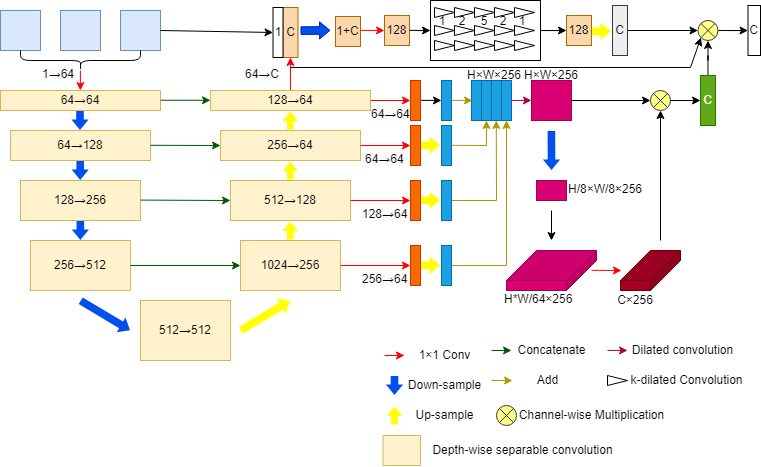
The draw.io diagram test.drawio.png in DemonH-p/self-study, before a commit. Source tidied: cells renumbered, new cells last; positions are measured from the earlier drawing's top-left corner, leaving out a move shared by most shapes.
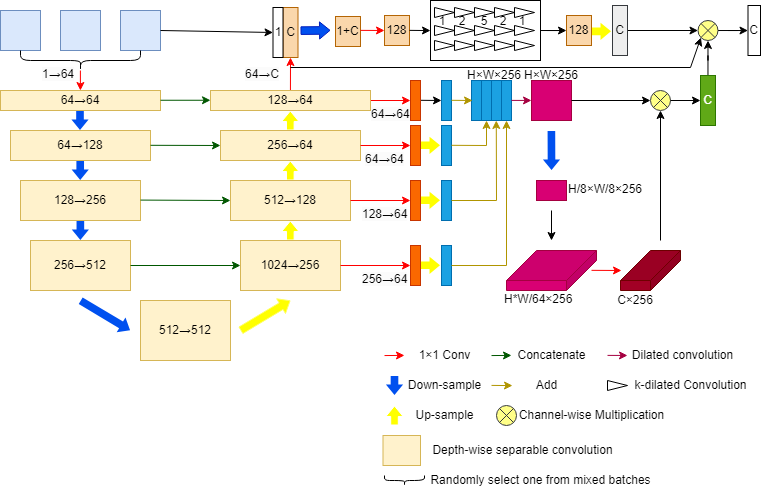
Later version of the same file.

What changed in the source:
```diff
@@ -335,24 +335,24 @@
     </mxCell>
     <mxCell id="71" style="endArrow=classic;html=1;rounded=0;fillColor=#008a00;strokeColor=#005700;" parent="1" edge="1">
       <mxGeometry relative="1" as="geometry">
-        <mxPoint x="491" y="350.1" as="sourcePoint" />
-        <mxPoint x="511" y="349.9" as="targetPoint" />
+        <mxPoint x="491" y="355.1" as="sourcePoint" />
+        <mxPoint x="511" y="354.9" as="targetPoint" />
       </mxGeometry>
     </mxCell>
     <mxCell id="72" value="Concatenate" style="text;html=1;align=center;verticalAlign=middle;strokeColor=none;fillColor=none;" parent="1" vertex="1">
-      <mxGeometry x="506" y="335" width="90" height="30" as="geometry" />
+      <mxGeometry x="506" y="340" width="90" height="30" as="geometry" />
     </mxCell>
     <mxCell id="73" style="endArrow=classic;html=1;rounded=0;fillColor=#e3c800;strokeColor=#B09500;" parent="1" edge="1">
       <mxGeometry relative="1" as="geometry">
-        <mxPoint x="491" y="379.9" as="sourcePoint" />
-        <mxPoint x="512" y="380.1" as="targetPoint" />
+        <mxPoint x="491" y="384.9" as="sourcePoint" />
+        <mxPoint x="512" y="385.1" as="targetPoint" />
       </mxGeometry>
     </mxCell>
     <mxCell id="74" value="&lt;span style=&quot;color: rgb(0, 0, 0); font-family: Helvetica; font-style: normal; font-variant-ligatures: normal; font-variant-caps: normal; font-weight: 400; letter-spacing: normal; orphans: 2; text-align: center; text-indent: 0px; text-transform: none; widows: 2; word-spacing: 0px; -webkit-text-stroke-width: 0px; background-color: rgb(251, 251, 251); text-decoration-thickness: initial; text-decoration-style: initial; text-decoration-color: initial; float: none; display: inline !important;&quot;&gt;&lt;font style=&quot;font-size: 11px;&quot;&gt;64→64&lt;/font&gt;&lt;/span&gt;" style="text;whiteSpace=wrap;html=1;" parent="1" vertex="1">
       <mxGeometry x="369" y="100" width="41" height="20" as="geometry" />
     </mxCell>
     <mxCell id="75" value="Add" style="text;html=1;align=center;verticalAlign=middle;strokeColor=none;fillColor=none;" parent="1" vertex="1">
-      <mxGeometry x="527" y="365" width="40" height="30" as="geometry" />
+      <mxGeometry x="526" y="370" width="40" height="30" as="geometry" />
     </mxCell>
     <mxCell id="76" style="rounded=0;whiteSpace=wrap;html=1;fillColor=#fa6800;fontColor=#000000;strokeColor=#C73500;" parent="1" vertex="1">
       <mxGeometry x="410" y="80" width="10" height="40" as="geometry" />
@@ -371,12 +371,12 @@
     </mxCell>
     <mxCell id="81" style="endArrow=classic;html=1;rounded=0;fillColor=#d80073;strokeColor=#A50040;" parent="1" edge="1">
       <mxGeometry relative="1" as="geometry">
-        <mxPoint x="607" y="349.9" as="sourcePoint" />
-        <mxPoint x="627" y="350" as="targetPoint" />
+        <mxPoint x="607" y="354.9" as="sourcePoint" />
+        <mxPoint x="627" y="355" as="targetPoint" />
       </mxGeometry>
     </mxCell>
     <mxCell id="82" value="Dilated convolution" style="text;html=1;align=center;verticalAlign=middle;strokeColor=none;fillColor=none;" parent="1" vertex="1">
-      <mxGeometry x="622" y="335" width="120" height="30" as="geometry" />
+      <mxGeometry x="622" y="340" width="120" height="30" as="geometry" />
     </mxCell>
     <mxCell id="83" value="&lt;span style=&quot;border-color: var(--border-color); color: rgb(0, 0, 0); font-family: Helvetica; font-size: 11px; font-style: normal; font-variant-ligatures: normal; font-variant-caps: normal; font-weight: 400; letter-spacing: normal; orphans: 2; text-align: center; text-indent: 0px; text-transform: none; widows: 2; word-spacing: 0px; -webkit-text-stroke-width: 0px; background-color: initial; text-decoration-thickness: initial; text-decoration-style: initial; text-decoration-color: initial;&quot;&gt;H×W×256&lt;/span&gt;" style="text;whiteSpace=wrap;html=1;" parent="1" vertex="1">
       <mxGeometry x="522" y="61" width="54" height="20" as="geometry" />
@@ -509,10 +509,10 @@
       <mxGeometry x="747.5" y="5" width="12.5" height="50" as="geometry" />
     </mxCell>
     <mxCell id="123" style="triangle;whiteSpace=wrap;html=1;" parent="1" vertex="1">
-      <mxGeometry x="607" y="375" width="20" height="10" as="geometry" />
+      <mxGeometry x="607" y="380" width="20" height="10" as="geometry" />
     </mxCell>
     <mxCell id="124" value="k-dilated Convolution" style="text;html=1;align=center;verticalAlign=middle;strokeColor=none;fillColor=none;" parent="1" vertex="1">
-      <mxGeometry x="616" y="365" width="140" height="30" as="geometry" />
+      <mxGeometry x="620" y="370" width="140" height="30" as="geometry" />
     </mxCell>
     <mxCell id="125" style="rounded=0;whiteSpace=wrap;html=1;fillColor=#fff2cc;strokeColor=#d6b656;" parent="1" vertex="1">
       <mxGeometry x="382.5" y="435" width="37.5" height="30" as="geometry" />
@@ -576,5 +576,11 @@
         </Array>
       </mxGeometry>
     </mxCell>
+    <mxCell id="138" style="shape=curlyBracket;whiteSpace=wrap;html=1;rounded=1;flipH=1;labelPosition=right;verticalLabelPosition=middle;align=left;verticalAlign=middle;rotation=90;" parent="1" vertex="1">
+      <mxGeometry x="399" y="460" width="10" height="40" as="geometry" />
+    </mxCell>
+    <mxCell id="139" value="Randomly select one from mixed batches" style="text;html=1;align=center;verticalAlign=middle;strokeColor=none;fillColor=none;" parent="1" vertex="1">
+      <mxGeometry x="420" y="465" width="240" height="30" as="geometry" />
+    </mxCell>
   </root>
 </mxGraphModel>
```
